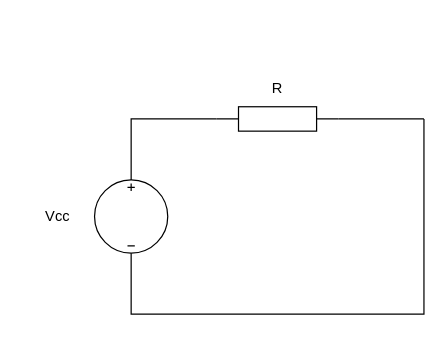
Earlier version of the draw.io diagram diagramas/circuit_R1.drawio (eddygrinder/LaRE). Source tidied: cells renumbered, new cells numbered last; positions are measured from the earlier drawing's top-left corner, leaving out a move shared by most shapes. Both pictures are drawn from the tidied source at 122%, with x=0, y=0 at pixel (21, 70).
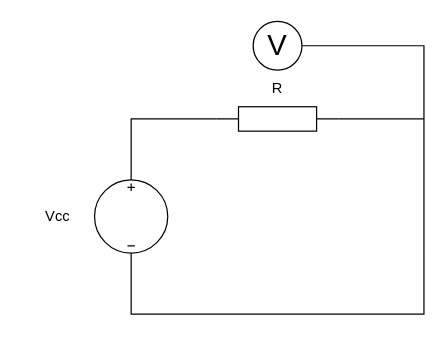
After the change.

What changed in the source:
```diff
@@
 <mxGraphModel>
   <root>
     <mxCell id="0" />
     <mxCell id="1" parent="0" />
     <mxCell id="2" style="verticalLabelPosition=bottom;shadow=0;dashed=0;align=center;html=1;verticalAlign=top;shape=mxgraph.electrical.resistors.resistor_1;" parent="1" vertex="1">
       <mxGeometry x="160" y="30" width="100" height="20" as="geometry" />
     </mxCell>
     <mxCell id="3" style="verticalLabelPosition=bottom;shadow=0;dashed=0;align=center;html=1;verticalAlign=top;shape=mxgraph.electrical.signal_sources.source;points=[[0.5,0,0],[1,0.5,0],[0.5,1,0],[0,0.5,0]];elSignalType=dc3;" parent="1" vertex="1">
       <mxGeometry x="60" y="90" width="60" height="60" as="geometry" />
     </mxCell>
     <mxCell id="4" style="endArrow=none;html=1;rounded=0;exitX=0.5;exitY=0;exitDx=0;exitDy=0;exitPerimeter=0;entryX=0;entryY=0.5;entryDx=0;entryDy=0;entryPerimeter=0;" parent="1" edge="1" source="3" target="2">
       <mxGeometry relative="1" as="geometry">
         <Array as="points">
           <mxPoint x="90" y="40" />
         </Array>
       </mxGeometry>
     </mxCell>
     <mxCell id="5" style="endArrow=none;html=1;rounded=0;exitX=0.5;exitY=1;exitDx=0;exitDy=0;exitPerimeter=0;" parent="1" edge="1" source="3">
       <mxGeometry relative="1" as="geometry">
         <mxPoint x="330" y="40" as="targetPoint" />
         <Array as="points">
           <mxPoint x="90" y="200" />
           <mxPoint x="330" y="200" />
         </Array>
       </mxGeometry>
     </mxCell>
     <mxCell id="6" style="endArrow=none;html=1;rounded=0;exitX=1;exitY=0.5;exitDx=0;exitDy=0;exitPerimeter=0;" parent="1" edge="1" source="2">
       <mxGeometry relative="1" as="geometry">
         <mxPoint x="330" y="40" as="targetPoint" />
       </mxGeometry>
     </mxCell>
     <mxCell id="7" value="R" style="text;html=1;align=center;verticalAlign=middle;whiteSpace=wrap;rounded=0;" parent="1" vertex="1">
       <mxGeometry x="180" width="60" height="30" as="geometry" />
     </mxCell>
     <mxCell id="8" value="Vcc" style="text;html=1;align=center;verticalAlign=middle;whiteSpace=wrap;rounded=0;" parent="1" vertex="1">
       <mxGeometry y="105" width="60" height="30" as="geometry" />
     </mxCell>
+    <mxCell id="9" style="verticalLabelPosition=middle;shadow=0;dashed=0;align=center;html=1;verticalAlign=middle;strokeWidth=1;shape=ellipse;fontSize=50;" parent="1" vertex="1">
+      <mxGeometry x="190" y="-40" width="40" height="40" as="geometry" />
+    </mxCell>
+    <mxCell id="10" style="endArrow=none;html=1;rounded=0;exitX=1;exitY=0.5;exitDx=0;exitDy=0;" parent="1" edge="1" source="9">
+      <mxGeometry relative="1" as="geometry">
+        <mxPoint x="330" y="40" as="targetPoint" />
+        <Array as="points">
+          <mxPoint x="330" y="-20" />
+        </Array>
+      </mxGeometry>
+    </mxCell>
+    <mxCell id="11" value="&lt;font style=&quot;font-size: 24px;&quot;&gt;V&lt;/font&gt;" style="text;html=1;align=center;verticalAlign=middle;whiteSpace=wrap;rounded=0;" parent="1" vertex="1">
+      <mxGeometry x="180" y="-35" width="60" height="30" as="geometry" />
+    </mxCell>
   </root>
 </mxGraphModel>
```
